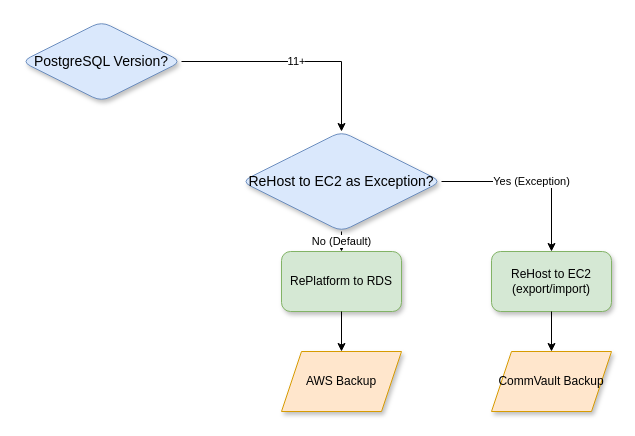
This is PGSQL-DecisionTree.drawio from anthonygea/mycv, a draw.io file, before an edit. Source tidied: cells renumbered, new cells numbered last; positions are measured from the earlier drawing's top-left corner, leaving out a move shared by most shapes. Both pictures are drawn from the tidied source at 100%, with x=0, y=0 at pixel (21, 21).
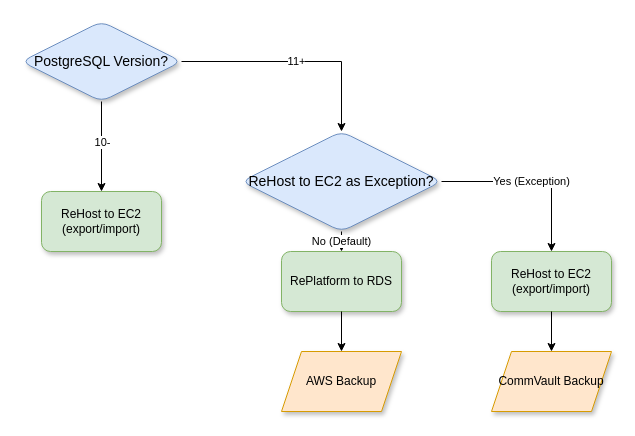
The same diagram, later.

Change to the diagram source:
```diff
@@
 <mxGraphModel>
   <root>
     <mxCell id="0" />
     <mxCell id="1" parent="0" />
+    <mxCell id="13" style="edgeStyle=orthogonalEdgeStyle;rounded=0;jettySize=auto;html=1;" parent="1" edge="1" source="2">
+      <mxGeometry relative="1" as="geometry">
+        <mxPoint x="80" y="170" as="targetPoint" />
+      </mxGeometry>
+    </mxCell>
+    <mxCell id="14" value="10-" style="edgeLabel;html=1;align=center;verticalAlign=middle;" parent="13" vertex="1">
+      <mxGeometry x="-0.38" y="4" relative="1" as="geometry">
+        <mxPoint x="-4" y="12" as="offset" />
+      </mxGeometry>
+    </mxCell>
     <mxCell id="2" value="PostgreSQL Version?" style="rhombus;whiteSpace=wrap;html=1;rounded=1;shadow=1;fontFamily=Helvetica;fontSize=14;fillColor=#dae8fc;strokeColor=#6c8ebf;" parent="1" vertex="1">
       <mxGeometry width="160" height="80" as="geometry" />
     </mxCell>
     <mxCell id="3" value="11+" style="edgeStyle=orthogonalEdgeStyle;rounded=0;jettySize=auto;html=1;exitX=1;exitY=0.5;exitDx=0;exitDy=0;entryX=0.5;entryY=0;entryDx=0;entryDy=0;" parent="1" edge="1" source="2" target="4">
       <mxGeometry relative="1" as="geometry" />
     </mxCell>
     <mxCell id="4" value="ReHost to EC2 as Exception?" style="rhombus;whiteSpace=wrap;html=1;rounded=1;shadow=1;fontFamily=Helvetica;fontSize=14;fillColor=#dae8fc;strokeColor=#6c8ebf;" parent="1" vertex="1">
       <mxGeometry x="220" y="110" width="200" height="100" as="geometry" />
     </mxCell>
     <mxCell id="5" value="Yes (Exception)" style="edgeStyle=orthogonalEdgeStyle;rounded=0;jettySize=auto;html=1;exitX=1;exitY=0.5;exitDx=0;exitDy=0;entryX=0.5;entryY=0;entryDx=0;entryDy=0;" parent="1" edge="1" source="4" target="6">
       <mxGeometry relative="1" as="geometry" />
     </mxCell>
     <mxCell id="6" value="ReHost to EC2&lt;div&gt;(export/import)&lt;br&gt;&lt;/div&gt;" style="rounded=1;whiteSpace=wrap;html=1;shadow=1;fontFamily=Helvetica;fontSize=12;fillColor=#d5e8d4;strokeColor=#82b366;" parent="1" vertex="1">
       <mxGeometry x="470" y="230" width="120" height="60" as="geometry" />
     </mxCell>
     <mxCell id="7" style="endArrow=classic;html=1;rounded=0;exitX=0.5;exitY=1;exitDx=0;exitDy=0;entryX=0.5;entryY=0;entryDx=0;entryDy=0;" parent="1" edge="1" source="6" target="8">
       <mxGeometry relative="1" as="geometry" />
     </mxCell>
     <mxCell id="8" value="CommVault Backup" style="shape=parallelogram;perimeter=parallelogramPerimeter;whiteSpace=wrap;html=1;fixedSize=1;shadow=1;fontFamily=Helvetica;fontSize=12;fillColor=#ffe6cc;strokeColor=#d79b00;" parent="1" vertex="1">
       <mxGeometry x="470" y="330" width="120" height="60" as="geometry" />
     </mxCell>
     <mxCell id="9" value="No (Default)" style="edgeStyle=orthogonalEdgeStyle;rounded=0;jettySize=auto;html=1;exitX=0.5;exitY=1;exitDx=0;exitDy=0;" parent="1" edge="1" source="4">
       <mxGeometry relative="1" as="geometry">
         <mxPoint x="320" y="230" as="targetPoint" />
       </mxGeometry>
     </mxCell>
     <mxCell id="10" value="RePlatform to RDS" style="rounded=1;whiteSpace=wrap;html=1;shadow=1;fontFamily=Helvetica;fontSize=12;fillColor=#d5e8d4;strokeColor=#82b366;" parent="1" vertex="1">
       <mxGeometry x="260" y="230" width="120" height="60" as="geometry" />
     </mxCell>
     <mxCell id="11" style="endArrow=classic;html=1;rounded=0;exitX=0.5;exitY=1;exitDx=0;exitDy=0;entryX=0.5;entryY=0;entryDx=0;entryDy=0;" parent="1" edge="1" source="10" target="12">
       <mxGeometry relative="1" as="geometry" />
     </mxCell>
     <mxCell id="12" value="AWS Backup" style="shape=parallelogram;perimeter=parallelogramPerimeter;whiteSpace=wrap;html=1;fixedSize=1;shadow=1;fontFamily=Helvetica;fontSize=12;fillColor=#ffe6cc;strokeColor=#d79b00;" parent="1" vertex="1">
       <mxGeometry x="260" y="330" width="120" height="60" as="geometry" />
     </mxCell>
+    <mxCell id="15" value="ReHost to EC2&lt;div&gt;(export/import)&lt;br&gt;&lt;/div&gt;" style="rounded=1;whiteSpace=wrap;html=1;shadow=1;fontFamily=Helvetica;fontSize=12;fillColor=#d5e8d4;strokeColor=#82b366;" parent="1" vertex="1">
+      <mxGeometry x="20" y="170" width="120" height="60" as="geometry" />
+    </mxCell>
   </root>
 </mxGraphModel>
```
